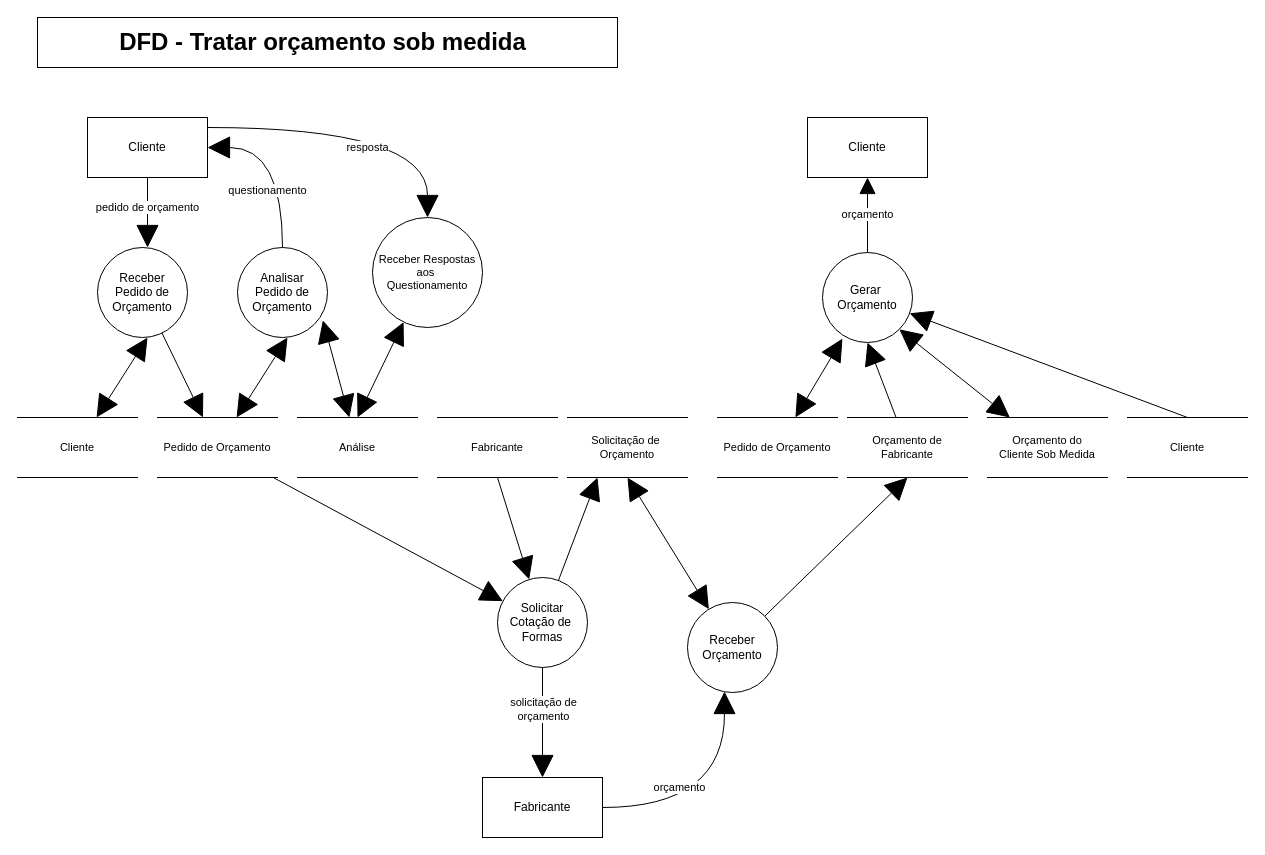
Above: Documentation/Arquivos Editaveis/DFD Tratar Orçamento_sob_medida.drawio in Systematicos/FindingApp (draw.io), before the change. Source tidied: cells renumbered, new cells numbered last; positions are measured from the earlier drawing's top-left corner, leaving out a move shared by most shapes. Both pictures are drawn from the tidied source at 100%, with x=0, y=0 at pixel (17, 17).
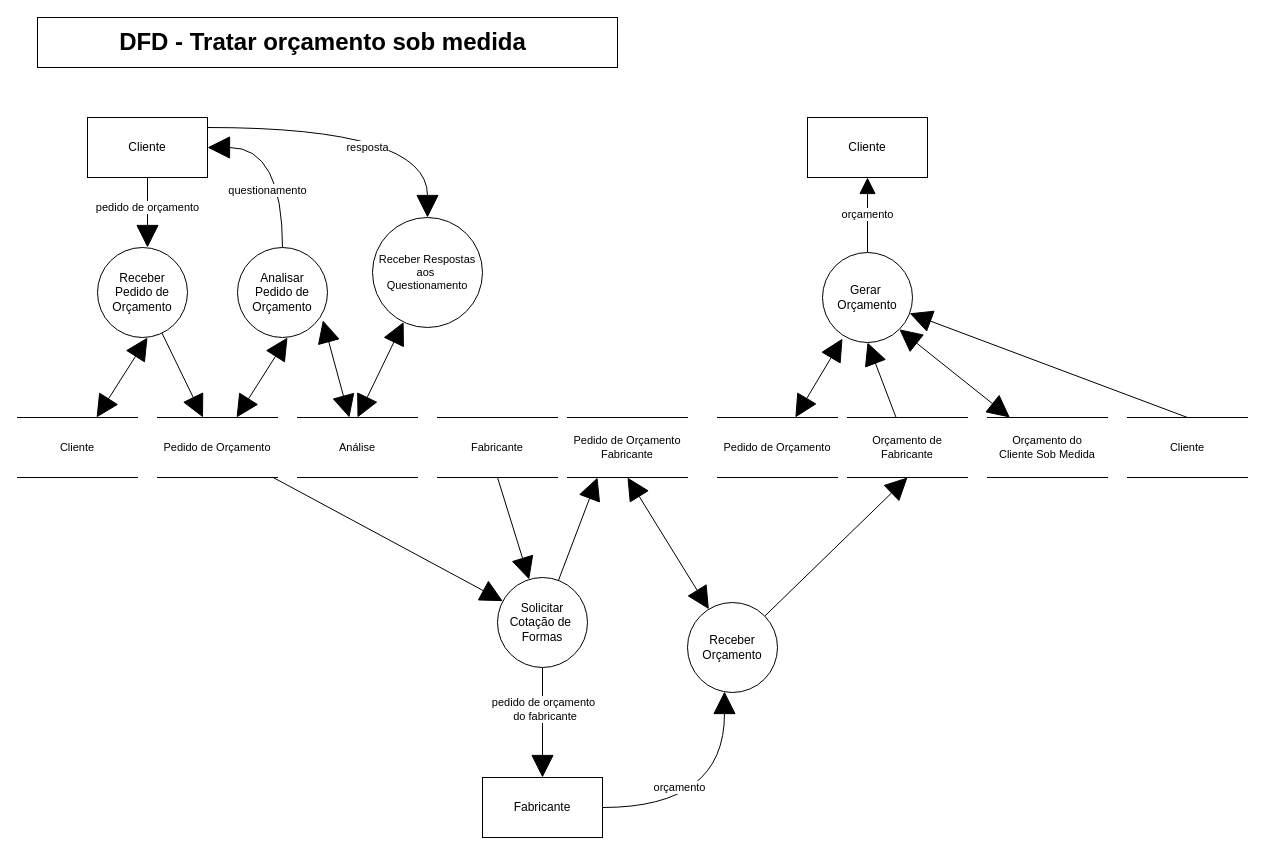
Above is the later version.

The change refers to these unchanged cells:
```xml
<mxCell id="24" style="edgeStyle=none;rounded=0;jettySize=auto;html=1;startArrow=none;startFill=0;endArrow=block;endFill=1;fontSize=11;strokeWidth=1;endSize=20;startSize=20;" parent="1" edge="1" source="27" target="33">
  <mxGeometry relative="1" as="geometry" />
</mxCell>
```

The edit, as a diff of the source:
```diff
@@
-    <mxCell id="19" value="Solicitação de&amp;nbsp;&lt;br&gt;Orçamento" style="shape=partialRectangle;whiteSpace=wrap;html=1;left=0;right=0;fillColor=none;fontSize=11;" parent="1" vertex="1">
+    <mxCell id="19" value="&lt;font style=&quot;font-size: 11px&quot;&gt;Pedido de Orçamento Fabricante&lt;/font&gt;" style="shape=partialRectangle;whiteSpace=wrap;html=1;left=0;right=0;fillColor=none;fontSize=11;" parent="1" vertex="1">
       <mxGeometry x="550" y="400" width="120" height="60" as="geometry" />
     </mxCell>
@@
-    <mxCell id="25" value="solicitação de &lt;br&gt;orçamento" style="edgeLabel;html=1;align=center;verticalAlign=middle;fontSize=11;" parent="24" vertex="1">
+    <mxCell id="25" value="pedido de orçamento&lt;br&gt;&amp;nbsp;do fabricante" style="edgeLabel;html=1;align=center;verticalAlign=middle;fontSize=11;" parent="24" vertex="1">
       <mxGeometry x="-0.43" y="4" relative="1" as="geometry">
         <mxPoint x="-4" y="10" as="offset" />
       </mxGeometry>
     </mxCell>
```
